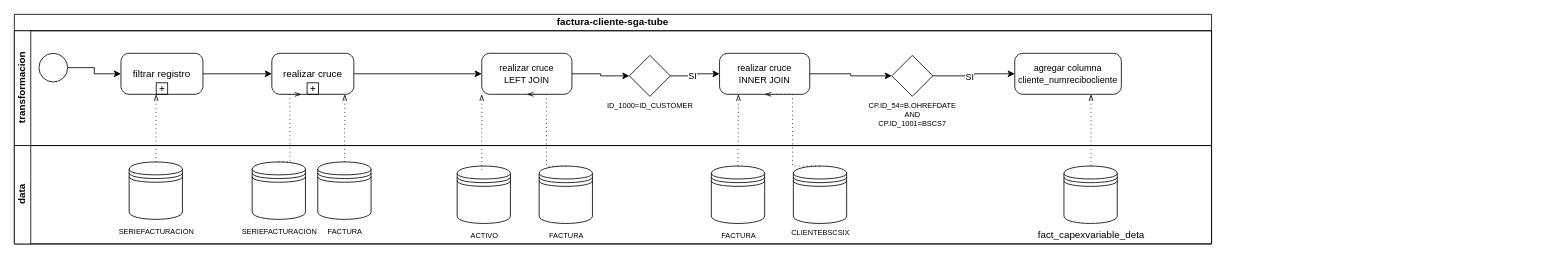
This is bpm-factura-cliente-sga.drawio from carlsromec/procesos-diagramas, a draw.io file, before an edit. Source tidied: cells renumbered, new cells numbered last; positions are measured from the earlier drawing's top-left corner, leaving out a move shared by most shapes. Both pictures are drawn from the tidied source at 82%, with x=0, y=0 at pixel (14, 14).
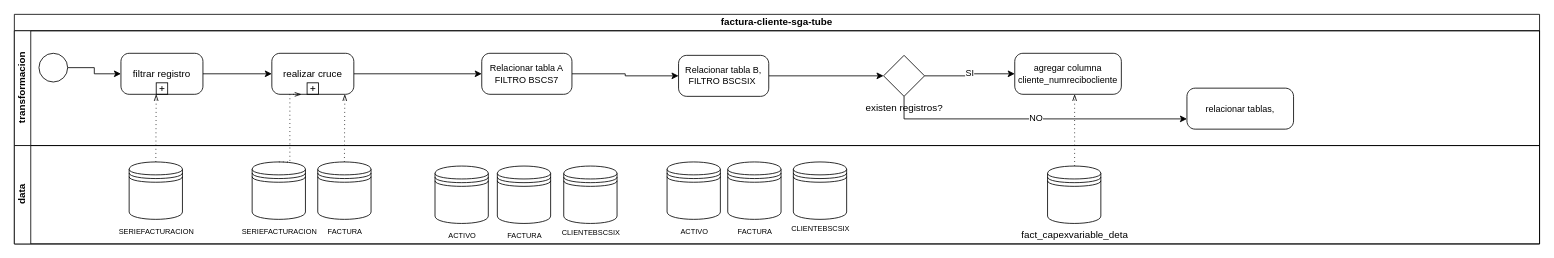
Above is the later version.

The change refers to these unchanged cells:
```xml
<mxCell id="13" value="agregar columna&lt;br&gt;cliente_numrecibocliente" style="points=[[0.25,0,0],[0.5,0,0],[0.75,0,0],[1,0.25,0],[1,0.5,0],[1,0.75,0],[0.75,1,0],[0.5,1,0],[0.25,1,0],[0,0.75,0],[0,0.5,0],[0,0.25,0]];shape=mxgraph.bpmn.task;whiteSpace=wrap;rectStyle=rounded;size=10;html=1;taskMarker=abstract;fontSize=11;" parent="3" vertex="1">
  <mxGeometry x="1220" y="27.5" width="130" height="50" as="geometry" />
</mxCell>
```

What changed in the source:
```diff
@@
     <mxCell id="2" value="factura-cliente-sga-tube" style="swimlane;html=1;horizontal=1;startSize=20;whiteSpace=wrap;" parent="1" vertex="1">
-      <mxGeometry width="1460" height="280" as="geometry" />
+      <mxGeometry width="1860" height="280" as="geometry" />
     </mxCell>
     <mxCell id="3" value="transformacion" style="swimlane;html=1;startSize=20;horizontal=0;" parent="2" vertex="1">
-      <mxGeometry y="20" width="1460" height="140" as="geometry" />
+      <mxGeometry y="20" width="1860" height="140" as="geometry" />
     </mxCell>
@@
-    <mxCell id="10" style="edgeStyle=orthogonalEdgeStyle;rounded=0;jettySize=auto;html=1;" parent="3" edge="1" source="11" target="14">
-      <mxGeometry relative="1" as="geometry" />
-    </mxCell>
+    <mxCell id="38" style="edgeStyle=orthogonalEdgeStyle;rounded=0;jettySize=auto;html=1;" parent="3" edge="1" source="11" target="40">
+      <mxGeometry relative="1" as="geometry" />
+    </mxCell>
-    <mxCell id="11" value="realizar cruce&lt;br&gt;LEFT JOIN" style="points=[[0.25,0,0],[0.5,0,0],[0.75,0,0],[1,0.25,0],[1,0.5,0],[1,0.75,0],[0.75,1,0],[0.5,1,0],[0.25,1,0],[0,0.75,0],[0,0.5,0],[0,0.25,0]];shape=mxgraph.bpmn.task;whiteSpace=wrap;rectStyle=rounded;size=10;html=1;taskMarker=abstract;fontSize=11;" parent="3" vertex="1">
+    <mxCell id="11" value="Relacionar tabla A&lt;br&gt;FILTRO&amp;nbsp;BSCS7" style="points=[[0.25,0,0],[0.5,0,0],[0.75,0,0],[1,0.25,0],[1,0.5,0],[1,0.75,0],[0.75,1,0],[0.5,1,0],[0.25,1,0],[0,0.75,0],[0,0.5,0],[0,0.25,0]];shape=mxgraph.bpmn.task;whiteSpace=wrap;rectStyle=rounded;size=10;html=1;taskMarker=abstract;fontSize=11;" parent="3" vertex="1">
       <mxGeometry x="570" y="27.5" width="110" height="50" as="geometry" />
     </mxCell>
-    <mxCell id="12" value="realizar cruce&lt;br&gt;INNER JOIN" style="points=[[0.25,0,0],[0.5,0,0],[0.75,0,0],[1,0.25,0],[1,0.5,0],[1,0.75,0],[0.75,1,0],[0.5,1,0],[0.25,1,0],[0,0.75,0],[0,0.5,0],[0,0.25,0]];shape=mxgraph.bpmn.task;whiteSpace=wrap;rectStyle=rounded;size=10;html=1;taskMarker=abstract;fontSize=11;" parent="3" vertex="1">
-      <mxGeometry x="860" y="27.5" width="110" height="50" as="geometry" />
-    </mxCell>
@@
-    <mxCell id="14" value="ID_1000=ID_CUSTOMER" style="points=[[0.25,0.25,0],[0.5,0,0],[0.75,0.25,0],[1,0.5,0],[0.75,0.75,0],[0.5,1,0],[0.25,0.75,0],[0,0.5,0]];shape=mxgraph.bpmn.gateway2;html=1;verticalLabelPosition=bottom;labelBackgroundColor=#ffffff;verticalAlign=top;align=center;perimeter=rhombusPerimeter;outlineConnect=0;outline=none;symbol=none;fontSize=9;" parent="3" vertex="1">
-      <mxGeometry x="750" y="30" width="50" height="50" as="geometry" />
-    </mxCell>
-    <mxCell id="15" style="edgeStyle=orthogonalEdgeStyle;rounded=0;jettySize=auto;html=1;entryX=0;entryY=0.5;entryDx=0;entryDy=0;entryPerimeter=0;" parent="3" edge="1" source="14" target="12">
-      <mxGeometry relative="1" as="geometry" />
-    </mxCell>
-    <mxCell id="16" value="SI" style="edgeLabel;html=1;align=center;verticalAlign=middle;" parent="15" vertex="1">
-      <mxGeometry x="-0.16" y="1" relative="1" as="geometry" />
-    </mxCell>
-    <mxCell id="17" style="edgeStyle=orthogonalEdgeStyle;rounded=0;jettySize=auto;html=1;" parent="3" edge="1" source="19" target="13">
-      <mxGeometry relative="1" as="geometry" />
-    </mxCell>
-    <mxCell id="18" value="SI" style="edgeLabel;html=1;align=center;verticalAlign=middle;" parent="17" vertex="1">
-      <mxGeometry x="-0.15" y="-1" relative="1" as="geometry" />
-    </mxCell>
-    <mxCell id="19" value="CP.ID_54=B.OHREFDATE&lt;br&gt;AND&lt;br&gt;CP.ID_1001=BSCS7" style="points=[[0.25,0.25,0],[0.5,0,0],[0.75,0.25,0],[1,0.5,0],[0.75,0.75,0],[0.5,1,0],[0.25,0.75,0],[0,0.5,0]];shape=mxgraph.bpmn.gateway2;html=1;verticalLabelPosition=bottom;labelBackgroundColor=#ffffff;verticalAlign=top;align=center;perimeter=rhombusPerimeter;outlineConnect=0;outline=none;symbol=none;fontSize=9;" parent="3" vertex="1">
-      <mxGeometry x="1070" y="30" width="50" height="50" as="geometry" />
-    </mxCell>
-    <mxCell id="20" style="edgeStyle=orthogonalEdgeStyle;rounded=0;jettySize=auto;html=1;entryX=0;entryY=0.5;entryDx=0;entryDy=0;entryPerimeter=0;" parent="3" edge="1" source="12" target="19">
-      <mxGeometry relative="1" as="geometry" />
-    </mxCell>
+    <mxCell id="39" style="edgeStyle=orthogonalEdgeStyle;rounded=0;jettySize=auto;html=1;" parent="3" edge="1" source="40" target="43">
+      <mxGeometry relative="1" as="geometry" />
+    </mxCell>
+    <mxCell id="40" value="Relacionar tabla B, FILTRO&amp;nbsp;BSCSIX&amp;nbsp;" style="points=[[0.25,0,0],[0.5,0,0],[0.75,0,0],[1,0.25,0],[1,0.5,0],[1,0.75,0],[0.75,1,0],[0.5,1,0],[0.25,1,0],[0,0.75,0],[0,0.5,0],[0,0.25,0]];shape=mxgraph.bpmn.task;whiteSpace=wrap;rectStyle=rounded;size=10;html=1;taskMarker=abstract;fontSize=11;" parent="3" vertex="1">
+      <mxGeometry x="810" y="30" width="110" height="50" as="geometry" />
+    </mxCell>
+    <mxCell id="41" style="edgeStyle=orthogonalEdgeStyle;rounded=0;jettySize=auto;html=1;" parent="3" edge="1" source="43" target="13">
+      <mxGeometry relative="1" as="geometry" />
+    </mxCell>
+    <mxCell id="42" value="SI" style="edgeLabel;html=1;align=center;verticalAlign=middle;" parent="41" vertex="1">
+      <mxGeometry x="0.02" y="2" relative="1" as="geometry">
+        <mxPoint x="1" y="-2" as="offset" />
+      </mxGeometry>
+    </mxCell>
+    <mxCell id="43" value="existen registros?" style="points=[[0.25,0.25,0],[0.5,0,0],[0.75,0.25,0],[1,0.5,0],[0.75,0.75,0],[0.5,1,0],[0.25,0.75,0],[0,0.5,0]];shape=mxgraph.bpmn.gateway2;html=1;verticalLabelPosition=bottom;labelBackgroundColor=#ffffff;verticalAlign=top;align=center;perimeter=rhombusPerimeter;outlineConnect=0;outline=none;symbol=none;" parent="3" vertex="1">
+      <mxGeometry x="1060" y="30" width="50" height="50" as="geometry" />
+    </mxCell>
+    <mxCell id="44" value="relacionar tablas," style="points=[[0.25,0,0],[0.5,0,0],[0.75,0,0],[1,0.25,0],[1,0.5,0],[1,0.75,0],[0.75,1,0],[0.5,1,0],[0.25,1,0],[0,0.75,0],[0,0.5,0],[0,0.25,0]];shape=mxgraph.bpmn.task;whiteSpace=wrap;rectStyle=rounded;size=10;html=1;taskMarker=abstract;fontSize=11;" parent="3" vertex="1">
+      <mxGeometry x="1430" y="70" width="130" height="50" as="geometry" />
+    </mxCell>
+    <mxCell id="45" style="edgeStyle=orthogonalEdgeStyle;rounded=0;jettySize=auto;html=1;entryX=0;entryY=0.75;entryDx=0;entryDy=0;entryPerimeter=0;exitX=0.5;exitY=1;exitDx=0;exitDy=0;exitPerimeter=0;" parent="3" edge="1" source="43" target="44">
+      <mxGeometry relative="1" as="geometry" />
+    </mxCell>
+    <mxCell id="46" value="NO" style="edgeLabel;html=1;align=center;verticalAlign=middle;" parent="45" vertex="1">
+      <mxGeometry x="0.01" y="2" relative="1" as="geometry" />
+    </mxCell>
     <mxCell id="21" value="data" style="swimlane;html=1;startSize=20;horizontal=0;" parent="2" vertex="1">
-      <mxGeometry y="160" width="1460" height="120" as="geometry" />
+      <mxGeometry y="160" width="1860" height="120" as="geometry" />
     </mxCell>
@@
     <mxCell id="25" value="fact_capexvariable_deta" style="shape=datastore;html=1;labelPosition=center;verticalLabelPosition=bottom;align=center;verticalAlign=top;" parent="21" vertex="1">
-      <mxGeometry x="1280" y="25" width="65" height="70" as="geometry" />
+      <mxGeometry x="1260" y="25" width="65" height="70" as="geometry" />
     </mxCell>
     <mxCell id="26" value="&lt;font style=&quot;font-size: 9px;&quot;&gt;ACTIVO&lt;/font&gt;" style="shape=datastore;html=1;labelPosition=center;verticalLabelPosition=bottom;align=center;verticalAlign=top;" parent="21" vertex="1">
-      <mxGeometry x="540" y="25" width="65" height="70" as="geometry" />
+      <mxGeometry x="513" y="25" width="65" height="70" as="geometry" />
     </mxCell>
     <mxCell id="27" value="&lt;font style=&quot;font-size: 9px;&quot;&gt;FACTURA&lt;/font&gt;" style="shape=datastore;html=1;labelPosition=center;verticalLabelPosition=bottom;align=center;verticalAlign=top;" parent="21" vertex="1">
-      <mxGeometry x="640" y="25" width="65" height="70" as="geometry" />
+      <mxGeometry x="589" y="25" width="65" height="70" as="geometry" />
     </mxCell>
     <mxCell id="28" value="CLIENTEBSCSIX" style="shape=datastore;html=1;labelPosition=center;verticalLabelPosition=bottom;align=center;verticalAlign=top;fontSize=9;" parent="21" vertex="1">
-      <mxGeometry x="950" y="25" width="65" height="70" as="geometry" />
+      <mxGeometry x="670" y="25" width="65" height="70" as="geometry" />
     </mxCell>
+    <mxCell id="47" value="&lt;font style=&quot;font-size: 9px;&quot;&gt;ACTIVO&lt;/font&gt;" style="shape=datastore;html=1;labelPosition=center;verticalLabelPosition=bottom;align=center;verticalAlign=top;" parent="21" vertex="1">
+      <mxGeometry x="796" y="20" width="65" height="70" as="geometry" />
+    </mxCell>
     <mxCell id="29" value="&lt;font style=&quot;font-size: 9px;&quot;&gt;FACTURA&lt;/font&gt;" style="shape=datastore;html=1;labelPosition=center;verticalLabelPosition=bottom;align=center;verticalAlign=top;" parent="21" vertex="1">
-      <mxGeometry x="850" y="25" width="65" height="70" as="geometry" />
+      <mxGeometry x="870" y="20" width="65" height="70" as="geometry" />
     </mxCell>
-    <mxCell id="30" style="edgeStyle=elbowEdgeStyle;fontSize=12;html=1;endFill=0;startFill=0;endSize=6;startSize=6;dashed=1;dashPattern=1 4;endArrow=openThin;startArrow=none;rounded=0;exitX=0.5;exitY=0;exitDx=0;exitDy=0;entryX=0.5;entryY=1;entryDx=0;entryDy=0;entryPerimeter=0;" parent="2" edge="1" source="27" target="11">
-      <mxGeometry relative="1" as="geometry" />
-    </mxCell>
-    <mxCell id="31" style="edgeStyle=elbowEdgeStyle;fontSize=12;html=1;endFill=0;startFill=0;endSize=6;startSize=6;dashed=1;dashPattern=1 4;endArrow=openThin;startArrow=none;rounded=0;exitX=0.5;exitY=0;exitDx=0;exitDy=0;entryX=0.5;entryY=1;entryDx=0;entryDy=0;entryPerimeter=0;" parent="2" edge="1" source="28" target="12">
-      <mxGeometry relative="1" as="geometry" />
-    </mxCell>
+    <mxCell id="48" value="CLIENTEBSCSIX" style="shape=datastore;html=1;labelPosition=center;verticalLabelPosition=bottom;align=center;verticalAlign=top;fontSize=9;" parent="21" vertex="1">
+      <mxGeometry x="950" y="20" width="65" height="70" as="geometry" />
+    </mxCell>
@@
-    <mxCell id="33" style="edgeStyle=elbowEdgeStyle;fontSize=12;html=1;endFill=0;startFill=0;endSize=6;startSize=6;dashed=1;dashPattern=1 4;endArrow=openThin;startArrow=none;rounded=0;exitX=0.5;exitY=0;exitDx=0;exitDy=0;" parent="2" edge="1" source="29" target="12">
-      <mxGeometry relative="1" as="geometry" />
-    </mxCell>
@@
-    <mxCell id="37" style="edgeStyle=elbowEdgeStyle;fontSize=12;html=1;endFill=0;startFill=0;endSize=6;startSize=6;dashed=1;dashPattern=1 4;endArrow=openThin;startArrow=none;rounded=0;" parent="1" edge="1" target="11">
-      <mxGeometry relative="1" as="geometry">
-        <mxPoint x="570" y="190" as="sourcePoint" />
-      </mxGeometry>
-    </mxCell>
```
